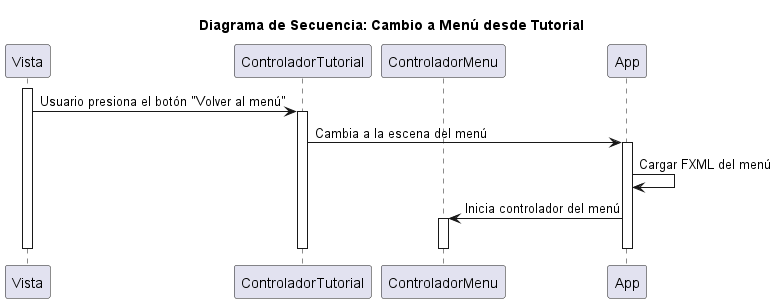
This is doc/diagrama de secuencia tutorial a menu.png from FelipeAscencio/TP1_ParadigmasDeLaProgramacion, a PlantUML export, as it was before one commit. Its diagram source:
```plantuml
@startuml

title Diagrama de Secuencia: Cambio a Menú desde Tutorial

participant Vista
participant ControladorTutorial
participant ControladorMenu
participant App

activate Vista
Vista -> ControladorTutorial: Usuario presiona el botón "Volver al menú"
activate ControladorTutorial
ControladorTutorial -> App: Cambia a la escena del menú
activate App
App -> App: Cargar FXML del menú
App -> ControladorMenu: Inicia controlador del menú
activate ControladorMenu
deactivate App
deactivate ControladorMenu
deactivate ControladorTutorial
deactivate Vista

@enduml
```
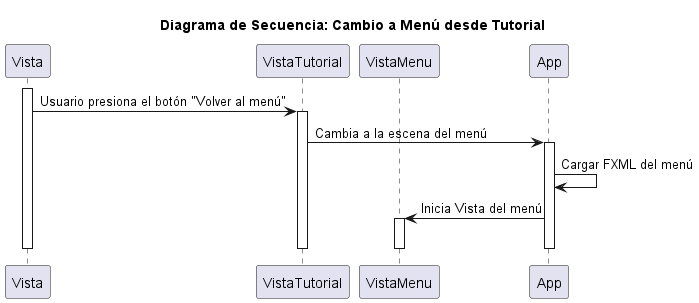
Above is the later version.

Commit message:
Cambio de nombres de "Controladores" a "Vista" 1/2

Diff of the diagram source:
```diff
@@ -3,21 +3,21 @@
 title Diagrama de Secuencia: Cambio a Menú desde Tutorial
 
 participant Vista
-participant ControladorTutorial
-participant ControladorMenu
+participant VistaTutorial
+participant VistaMenu
 participant App
 
 activate Vista
-Vista -> ControladorTutorial: Usuario presiona el botón "Volver al menú"
-activate ControladorTutorial
-ControladorTutorial -> App: Cambia a la escena del menú
+Vista -> VistaTutorial: Usuario presiona el botón "Volver al menú"
+activate VistaTutorial
+VistaTutorial -> App: Cambia a la escena del menú
 activate App
 App -> App: Cargar FXML del menú
-App -> ControladorMenu: Inicia controlador del menú
-activate ControladorMenu
+App -> VistaMenu: Inicia Vista del menú
+activate VistaMenu
 deactivate App
-deactivate ControladorMenu
-deactivate ControladorTutorial
+deactivate VistaMenu
+deactivate VistaTutorial
 deactivate Vista
 
 @enduml
```
